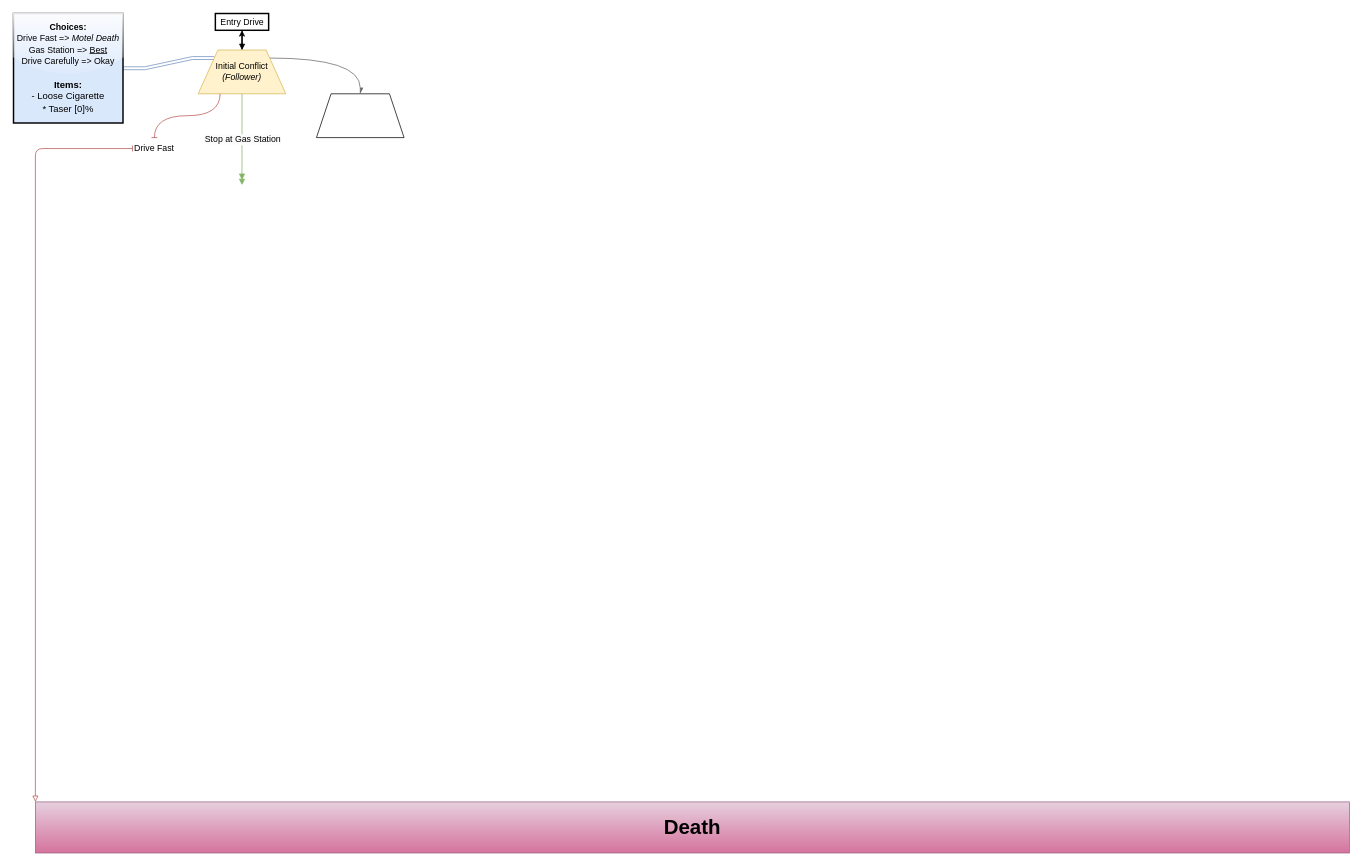
Above: Untitled Diagram.drawio in DrTemperance/ProjectTILLIE (draw.io), before the change. Source tidied: cells renumbered, new cells numbered last; positions are measured from the earlier drawing's top-left corner, leaving out a move shared by most shapes. Both pictures are drawn from the tidied source at 73%, with x=0, y=0 at pixel (13, 13).
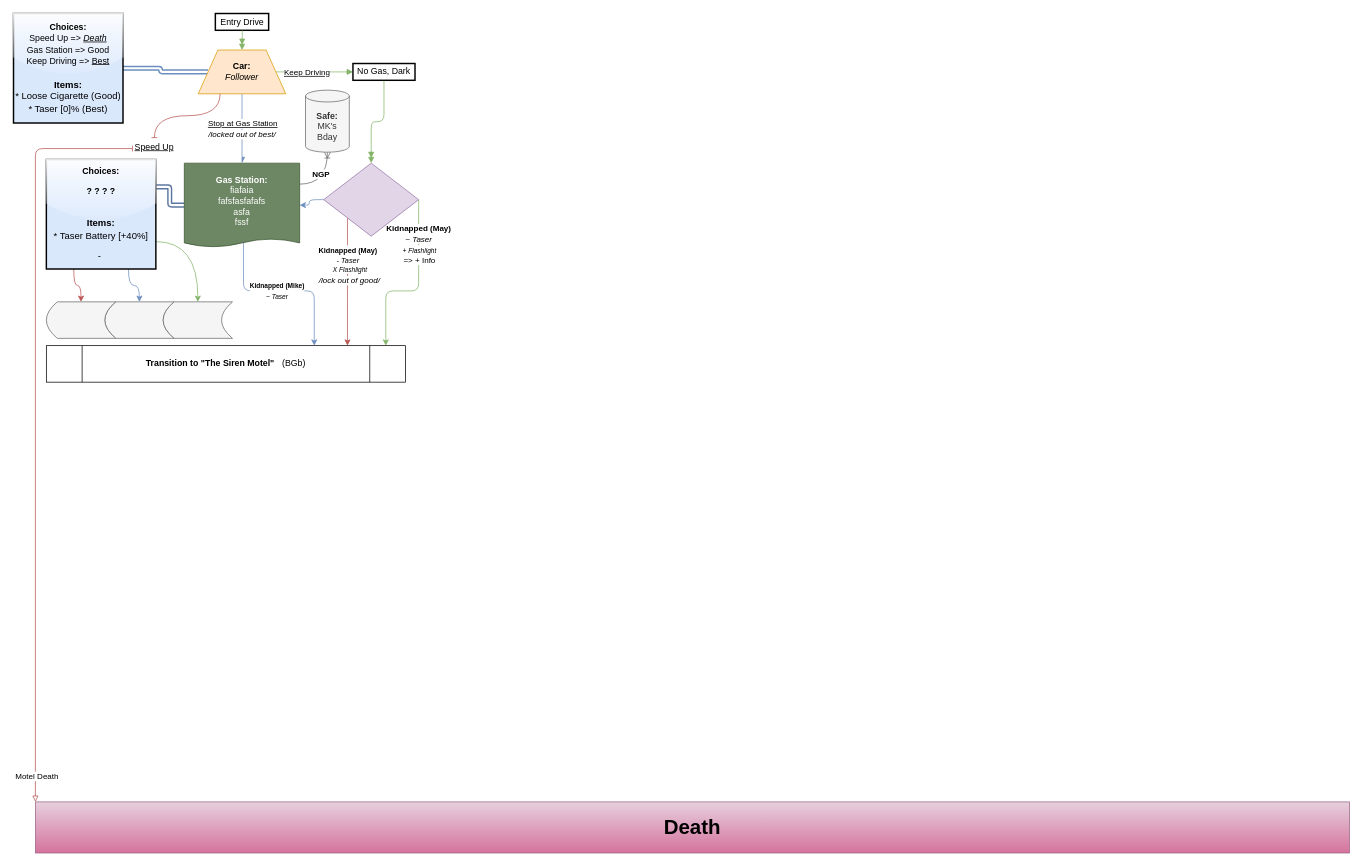
The same diagram, later.

Unchanged cells that the change refers to:
```xml
<mxCell id="2" value="Entry Drive" style="whiteSpace=wrap;strokeWidth=2;" parent="1" vertex="1">
  <mxGeometry x="276.5" width="73" height="23" as="geometry" />
</mxCell>
<mxCell id="9" value="&lt;b&gt;&lt;font style=&quot;font-size: 28px;&quot;&gt;Death&lt;/font&gt;&lt;/b&gt;" style="rounded=0;whiteSpace=wrap;html=1;align=center;fillColor=#e6d0de;gradientColor=#d5739d;strokeColor=#996185;" parent="1" vertex="1">
  <mxGeometry x="30" y="1080" width="1800" height="70" as="geometry" />
</mxCell>
```

Change to the diagram source:
```diff
@@
+    <mxCell id="13" style="endArrow=block;html=1;rounded=0;fillColor=#d5e8d4;gradientColor=#97d077;strokeColor=#82b366;endFill=1;targetPerimeterSpacing=0;edgeStyle=orthogonalEdgeStyle;" parent="1" edge="1" source="8" target="41">
+      <mxGeometry relative="1" as="geometry" />
+    </mxCell>
+    <mxCell id="16" value="&lt;u&gt;Keep Driving&lt;/u&gt;" style="edgeLabel;html=1;align=center;verticalAlign=middle;" parent="13" vertex="1">
+      <mxGeometry x="-0.36" relative="1" as="geometry">
+        <mxPoint x="8" as="offset" />
+      </mxGeometry>
+    </mxCell>
+    <mxCell id="17" style="edgeStyle=orthogonalEdgeStyle;rounded=1;jettySize=auto;html=1;fillColor=#d5e8d4;strokeColor=#82b366;" parent="1" edge="1" source="39" target="37">
+      <mxGeometry relative="1" as="geometry">
+        <Array as="points">
+          <mxPoint x="555" y="380" />
+          <mxPoint x="510" y="380" />
+        </Array>
+      </mxGeometry>
+    </mxCell>
+    <mxCell id="18" value="&lt;i style=&quot;font-size: 9px;&quot;&gt;+ Flashlight&lt;br style=&quot;font-size: 9px;&quot;&gt;&lt;/i&gt;=&amp;gt; + Info" style="edgeLabel;html=1;align=center;verticalAlign=middle;" parent="17" vertex="1">
+      <mxGeometry x="-0.73" y="1" relative="1" as="geometry">
+        <mxPoint x="-1" y="42" as="offset" />
+      </mxGeometry>
+    </mxCell>
+    <mxCell id="19" value="&lt;b&gt;Kidnapped (May)&lt;br&gt;&lt;/b&gt;&lt;i&gt;~ Taser&lt;/i&gt;" style="edgeLabel;html=1;align=center;verticalAlign=middle;" parent="17" vertex="1">
+      <mxGeometry x="-0.55" y="-1" relative="1" as="geometry">
+        <mxPoint y="-9" as="offset" />
+      </mxGeometry>
+    </mxCell>
+    <mxCell id="20" style="edgeStyle=orthogonalEdgeStyle;rounded=1;jettySize=auto;html=1;fillColor=#dae8fc;strokeColor=#6c8ebf;exitX=0.513;exitY=0.935;exitDx=0;exitDy=0;exitPerimeter=0;" parent="1" edge="1" source="32" target="37">
+      <mxGeometry relative="1" as="geometry">
+        <Array as="points">
+          <mxPoint x="315" y="380" />
+          <mxPoint x="412" y="380" />
+        </Array>
+      </mxGeometry>
+    </mxCell>
+    <mxCell id="21" value="&lt;font style=&quot;font-size: 9px;&quot;&gt;&lt;b&gt;Kidnapped (Mike)&lt;br style=&quot;font-size: 9px;&quot;&gt;&lt;/b&gt;&lt;i&gt;~ Taser&lt;/i&gt;&lt;/font&gt;" style="edgeLabel;html=1;align=center;verticalAlign=middle;" parent="20" vertex="1">
+      <mxGeometry x="-0.69" relative="1" as="geometry">
+        <mxPoint x="45" y="30" as="offset" />
+      </mxGeometry>
+    </mxCell>
+    <mxCell id="22" style="edgeStyle=orthogonalEdgeStyle;rounded=1;jettySize=auto;html=1;fillColor=#f8cecc;strokeColor=#b85450;exitX=0;exitY=1;exitDx=0;exitDy=0;" parent="1" edge="1" source="39" target="37">
+      <mxGeometry relative="1" as="geometry">
+        <Array as="points">
+          <mxPoint x="458" y="380" />
+          <mxPoint x="458" y="380" />
+        </Array>
+      </mxGeometry>
+    </mxCell>
+    <mxCell id="23" value="&lt;font style=&quot;font-size: 10px;&quot;&gt;&lt;b&gt;Kidnapped (May)&lt;br&gt;&lt;/b&gt;&lt;i&gt;- Taser&lt;/i&gt;&lt;/font&gt;" style="edgeLabel;html=1;align=center;verticalAlign=middle;" parent="22" vertex="1">
+      <mxGeometry x="-0.85" relative="1" as="geometry">
+        <mxPoint y="37" as="offset" />
+      </mxGeometry>
+    </mxCell>
+    <mxCell id="24" value="&lt;i&gt;&lt;font style=&quot;font-size: 9px;&quot;&gt;X Flashlight&lt;/font&gt;&lt;/i&gt;" style="edgeLabel;html=1;align=center;verticalAlign=middle;" parent="22" vertex="1">
+      <mxGeometry x="-0.78" y="-1" relative="1" as="geometry">
+        <mxPoint x="4" y="50" as="offset" />
+      </mxGeometry>
+    </mxCell>
+    <mxCell id="25" value="&lt;i&gt;/lock out of good/&lt;/i&gt;" style="edgeLabel;html=1;align=center;verticalAlign=middle;" parent="22" vertex="1">
+      <mxGeometry x="-0.69" relative="1" as="geometry">
+        <mxPoint x="2" y="58" as="offset" />
+      </mxGeometry>
+    </mxCell>
@@
-    <mxCell id="3" style="curved=1;startArrow=none;endArrow=block;exitX=0.506875;exitY=1.0101010871656013;entryX=0.5;entryY=0;entryDx=0;entryDy=0;" parent="1" edge="1" source="2" target="8">
+    <mxCell id="3" style="curved=1;startArrow=none;endArrow=doubleBlock;exitX=0.506875;exitY=1.0101010871656013;entryX=0.5;entryY=0;entryDx=0;entryDy=0;endFill=1;fillColor=#d5e8d4;strokeColor=#82b366;" parent="1" edge="1" source="2" target="8">
       <mxGeometry relative="1" as="geometry" />
     </mxCell>
-    <mxCell id="4" style="jettySize=auto;html=1;entryX=0;entryY=0;entryDx=0;entryDy=0;exitX=0;exitY=0.5;exitDx=0;exitDy=0;shadow=0;fillColor=#f8cecc;strokeColor=#b85450;startArrow=baseDash;startFill=0;strokeWidth=1;targetPerimeterSpacing=0;endArrow=block;endFill=0;edgeStyle=orthogonalEdgeStyle;" parent="1" edge="1" source="11" target="9">
+    <mxCell id="4" style="jettySize=auto;html=1;entryX=0;entryY=0;entryDx=0;entryDy=0;shadow=0;fillColor=#f8cecc;strokeColor=#b85450;startArrow=baseDash;startFill=0;strokeWidth=1;targetPerimeterSpacing=0;endArrow=block;endFill=0;edgeStyle=orthogonalEdgeStyle;" parent="1" edge="1" source="11" target="9">
       <mxGeometry relative="1" as="geometry">
         <Array as="points">
           <mxPoint x="30" y="185" />
         </Array>
       </mxGeometry>
     </mxCell>
+    <mxCell id="26" value="Motel Death" style="edgeLabel;html=1;align=center;verticalAlign=middle;" parent="4" vertex="1">
+      <mxGeometry x="0.93" y="1" relative="1" as="geometry" />
+    </mxCell>
-    <mxCell id="5" style="edgeStyle=entityRelationEdgeStyle;rounded=1;jettySize=auto;html=1;exitX=0;exitY=0;exitDx=0;exitDy=0;entryX=1;entryY=0.5;entryDx=0;entryDy=0;shape=link;strokeWidth=1;shadow=0;startSize=6;endSize=6;fillColor=#dae8fc;strokeColor=#6c8ebf;" parent="1" edge="1" source="8" target="12">
+    <mxCell id="5" style="rounded=1;jettySize=auto;html=1;shape=link;strokeWidth=2;shadow=0;fillColor=#dae8fc;strokeColor=#6c8ebf;edgeStyle=orthogonalEdgeStyle;elbow=vertical;" parent="1" edge="1" source="8" target="12">
       <mxGeometry relative="1" as="geometry" />
     </mxCell>
-    <mxCell id="6" style="edgeStyle=orthogonalEdgeStyle;rounded=0;jettySize=auto;html=1;exitX=1;exitY=0;exitDx=0;exitDy=0;curved=1;endArrow=async;endFill=1;fillColor=#f5f5f5;gradientColor=#b3b3b3;strokeColor=#666666;entryX=0.5;entryY=0;entryDx=0;entryDy=0;" parent="1" edge="1" source="8" target="15">
-      <mxGeometry relative="1" as="geometry">
-        <Array as="points">
-          <mxPoint x="475" y="61" />
-        </Array>
-      </mxGeometry>
-    </mxCell>
-    <mxCell id="7" style="edgeStyle=orthogonalEdgeStyle;rounded=0;jettySize=auto;html=1;" parent="1" edge="1" source="8" target="2">
-      <mxGeometry relative="1" as="geometry" />
-    </mxCell>
+    <mxCell id="27" style="edgeStyle=orthogonalEdgeStyle;rounded=1;jettySize=auto;html=1;endArrow=async;endFill=1;fillColor=#dae8fc;strokeColor=#6c8ebf;" parent="1" edge="1" source="8" target="32">
+      <mxGeometry relative="1" as="geometry" />
+    </mxCell>
+    <mxCell id="14" value="&lt;u&gt;Stop at Gas Station&lt;/u&gt;" style="edgeLabel;html=1;align=center;verticalAlign=middle;" parent="27" vertex="1">
+      <mxGeometry x="0.09" relative="1" as="geometry">
+        <mxPoint y="-12" as="offset" />
+      </mxGeometry>
+    </mxCell>
+    <mxCell id="28" value="&lt;i&gt;/locked out of best/&lt;/i&gt;" style="edgeLabel;html=1;align=center;verticalAlign=middle;" parent="27" vertex="1">
+      <mxGeometry x="0.33" y="-1" relative="1" as="geometry">
+        <mxPoint y="-8" as="offset" />
+      </mxGeometry>
+    </mxCell>
-    <mxCell id="8" value="Initial Conflict&lt;br&gt;&lt;i&gt;(Follower)&lt;/i&gt;" style="shape=trapezoid;perimeter=trapezoidPerimeter;whiteSpace=wrap;html=1;fixedSize=1;fillColor=#fff2cc;strokeColor=#d6b656;size=27;" parent="1" vertex="1">
+    <mxCell id="8" value="&lt;b&gt;Car:&lt;br&gt;&lt;/b&gt;&lt;i&gt;Follower&lt;/i&gt;" style="shape=trapezoid;perimeter=trapezoidPerimeter;whiteSpace=wrap;html=1;fixedSize=1;fillColor=#ffe6cc;strokeColor=#d79b00;size=27;" parent="1" vertex="1">
       <mxGeometry x="253" y="50" width="120" height="60" as="geometry" />
     </mxCell>
@@
-    <mxCell id="10" style="edgeStyle=orthogonalEdgeStyle;rounded=0;jettySize=auto;html=1;entryX=0.5;entryY=0;entryDx=0;entryDy=0;exitX=0.25;exitY=1;exitDx=0;exitDy=0;curved=1;shadow=0;fillColor=#f8cecc;strokeColor=#b85450;endArrow=baseDash;endFill=0;" parent="1" edge="1" source="8" target="11">
+    <mxCell id="10" style="edgeStyle=orthogonalEdgeStyle;rounded=0;jettySize=auto;html=1;exitX=0.25;exitY=1;exitDx=0;exitDy=0;curved=1;shadow=0;fillColor=#f8cecc;strokeColor=#b85450;endArrow=baseDash;endFill=0;" parent="1" edge="1" source="8" target="11">
       <mxGeometry relative="1" as="geometry">
         <Array as="points">
           <mxPoint x="283" y="140" />
           <mxPoint x="193" y="140" />
         </Array>
       </mxGeometry>
     </mxCell>
-    <mxCell id="11" value="Drive Fast" style="text;html=1;strokeColor=none;fillColor=none;align=center;verticalAlign=middle;whiteSpace=wrap;rounded=0;" parent="1" vertex="1">
-      <mxGeometry x="163" y="170" width="60" height="30" as="geometry" />
+    <mxCell id="11" value="&lt;font style=&quot;font-size: 12px;&quot;&gt;&lt;u&gt;Speed Up&lt;/u&gt;&lt;/font&gt;" style="text;html=1;strokeColor=none;fillColor=none;align=center;verticalAlign=middle;whiteSpace=wrap;rounded=0;" parent="1" vertex="1">
+      <mxGeometry x="163" y="170" width="60" height="25" as="geometry" />
     </mxCell>
-    <mxCell id="12" value="&lt;p style=&quot;line-height: 130%;&quot;&gt;&lt;b&gt;Choices:&lt;br&gt;&lt;/b&gt;Drive Fast =&amp;gt; &lt;i&gt;Motel Death&lt;/i&gt;&lt;br&gt;Gas Station =&amp;gt; &lt;u&gt;Best&lt;br&gt;&lt;/u&gt;Drive Carefully =&amp;gt; Okay&lt;br&gt;&lt;br&gt;&lt;font style=&quot;font-size: 13px;&quot;&gt;&lt;b&gt;Items:&lt;/b&gt;&lt;br&gt;&lt;span style=&quot;background-color: initial;&quot;&gt;- Loose Cigarette&lt;/span&gt;&lt;br&gt;&lt;span style=&quot;background-color: initial;&quot;&gt;* Taser [0]%&lt;/span&gt;&lt;br&gt;&lt;/font&gt;&lt;/p&gt;" style="whiteSpace=wrap;html=1;fillColor=#dae8fc;strokeColor=default;strokeWidth=2;gradientColor=none;rounded=0;glass=1;shadow=0;" parent="1" vertex="1">
+    <mxCell id="12" value="&lt;p style=&quot;line-height: 130%;&quot;&gt;&lt;b&gt;Choices:&lt;br&gt;&lt;/b&gt;Speed Up =&amp;gt; &lt;i&gt;&lt;u&gt;Death&lt;/u&gt;&lt;/i&gt;&lt;br&gt;Gas Station =&amp;gt; Good&lt;u&gt;&lt;br&gt;&lt;/u&gt;Keep Driving =&amp;gt;&amp;nbsp;&lt;u style=&quot;border-color: var(--border-color);&quot;&gt;Best&lt;/u&gt;&lt;br&gt;&lt;br&gt;&lt;font style=&quot;font-size: 13px;&quot;&gt;&lt;b&gt;Items:&lt;/b&gt;&lt;br&gt;&lt;span style=&quot;background-color: initial;&quot;&gt;* Loose Cigarette (Good)&lt;/span&gt;&lt;br&gt;&lt;span style=&quot;background-color: initial;&quot;&gt;* Taser [0]% (Best)&lt;/span&gt;&lt;br&gt;&lt;/font&gt;&lt;/p&gt;" style="whiteSpace=wrap;html=1;fillColor=#dae8fc;strokeColor=default;strokeWidth=2;gradientColor=none;rounded=0;glass=1;shadow=0;" parent="1" vertex="1">
       <mxGeometry width="150" height="150" as="geometry" />
     </mxCell>
-    <mxCell id="13" style="endArrow=doubleBlock;html=1;rounded=0;exitX=0.5;exitY=1;exitDx=0;exitDy=0;fillColor=#d5e8d4;gradientColor=#97d077;strokeColor=#82b366;endFill=1;targetPerimeterSpacing=0;edgeStyle=orthogonalEdgeStyle;curved=1;" parent="1" edge="1" source="8">
-      <mxGeometry relative="1" as="geometry">
-        <mxPoint x="313" y="235" as="targetPoint" />
-      </mxGeometry>
-    </mxCell>
-    <mxCell id="14" value="&lt;span style=&quot;color: rgb(0, 0, 0); font-family: Helvetica; font-size: 12px; font-style: normal; font-variant-ligatures: normal; font-variant-caps: normal; font-weight: 400; letter-spacing: normal; orphans: 2; text-align: center; text-indent: 0px; text-transform: none; widows: 2; word-spacing: 0px; -webkit-text-stroke-width: 0px; background-color: rgb(251, 251, 251); text-decoration-thickness: initial; text-decoration-style: initial; text-decoration-color: initial; float: none; display: inline !important;&quot;&gt;Stop at Gas Station&lt;/span&gt;" style="edgeLabel;html=1;align=center;verticalAlign=middle;" parent="13" vertex="1">
-      <mxGeometry relative="1" as="geometry" />
-    </mxCell>
-    <mxCell id="15" style="shape=trapezoid;perimeter=trapezoidPerimeter;whiteSpace=wrap;html=1;fixedSize=1;" parent="1" vertex="1">
-      <mxGeometry x="415" y="110" width="120" height="60" as="geometry" />
-    </mxCell>
+    <mxCell id="29" style="edgeStyle=orthogonalEdgeStyle;rounded=1;jettySize=auto;html=1;entryX=1;entryY=0.25;entryDx=0;entryDy=0;shape=link;exitX=0;exitY=0.5;exitDx=0;exitDy=0;strokeColor=#5e77a0;strokeWidth=2;" parent="1" edge="1" source="32" target="36">
+      <mxGeometry relative="1" as="geometry" />
+    </mxCell>
+    <mxCell id="30" style="edgeStyle=orthogonalEdgeStyle;jettySize=auto;html=1;exitX=1;exitY=0.25;exitDx=0;exitDy=0;endArrow=ERoneToMany;endFill=0;strokeWidth=1;curved=1;fillColor=#f5f5f5;strokeColor=#666666;" parent="1" edge="1" source="32" target="45">
+      <mxGeometry relative="1" as="geometry" />
+    </mxCell>
+    <mxCell id="31" value="&lt;b&gt;NGP&lt;/b&gt;" style="edgeLabel;html=1;align=center;verticalAlign=middle;" parent="30" vertex="1">
+      <mxGeometry x="0.26" y="-1" relative="1" as="geometry">
+        <mxPoint x="-11" as="offset" />
+      </mxGeometry>
+    </mxCell>
+    <mxCell id="32" value="&lt;b&gt;Gas Station:&lt;/b&gt;&lt;br&gt;fiafaia&lt;br&gt;fafsfasfafafs&lt;br&gt;asfa&lt;br&gt;fssf" style="shape=document;whiteSpace=wrap;html=1;boundedLbl=1;size=0.1;fillColor=#6d8764;fontColor=#ffffff;strokeColor=#3A5431;gradientColor=none;" parent="1" vertex="1">
+      <mxGeometry x="234" y="205" width="158" height="115" as="geometry" />
+    </mxCell>
+    <mxCell id="33" style="edgeStyle=orthogonalEdgeStyle;rounded=0;jettySize=auto;html=1;fillColor=#f8cecc;strokeColor=#b85450;exitX=0.25;exitY=1;exitDx=0;exitDy=0;curved=1;" parent="1" edge="1" source="36" target="44">
+      <mxGeometry relative="1" as="geometry" />
+    </mxCell>
+    <mxCell id="34" style="edgeStyle=orthogonalEdgeStyle;rounded=0;jettySize=auto;html=1;fillColor=#dae8fc;strokeColor=#6c8ebf;exitX=0.75;exitY=1;exitDx=0;exitDy=0;curved=1;" parent="1" edge="1" source="36" target="42">
+      <mxGeometry relative="1" as="geometry" />
+    </mxCell>
+    <mxCell id="35" style="edgeStyle=orthogonalEdgeStyle;rounded=0;jettySize=auto;html=1;fillColor=#d5e8d4;strokeColor=#82b366;exitX=1;exitY=0.75;exitDx=0;exitDy=0;curved=1;" parent="1" edge="1" source="36" target="43">
+      <mxGeometry relative="1" as="geometry" />
+    </mxCell>
+    <mxCell id="36" value="&lt;p style=&quot;line-height: 130%;&quot;&gt;&lt;b&gt;Choices:&lt;/b&gt;&lt;/p&gt;&lt;p style=&quot;line-height: 130%;&quot;&gt;&lt;b&gt;? ? ? ?&lt;/b&gt;&lt;/p&gt;&lt;p style=&quot;line-height: 130%;&quot;&gt;&lt;br&gt;&lt;font style=&quot;font-size: 13px;&quot;&gt;&lt;b&gt;Items:&lt;/b&gt;&lt;br&gt;* Taser Battery [+40%]&lt;/font&gt;&lt;/p&gt;&lt;p style=&quot;line-height: 130%;&quot;&gt;&lt;font style=&quot;font-size: 13px;&quot;&gt;-&amp;nbsp;&lt;/font&gt;&lt;/p&gt;" style="whiteSpace=wrap;html=1;fillColor=#dae8fc;strokeColor=default;strokeWidth=2;gradientColor=none;rounded=0;glass=1;shadow=0;" parent="1" vertex="1">
+      <mxGeometry x="45" y="200" width="150" height="150" as="geometry" />
+    </mxCell>
+    <mxCell id="37" value="&lt;b&gt;Transition to &quot;The Siren Motel&quot;&lt;/b&gt;&lt;span style=&quot;white-space: pre;&quot;&gt;&#9;&lt;/span&gt;(BGb)" style="shape=process;whiteSpace=wrap;html=1;backgroundOutline=1;" parent="1" vertex="1">
+      <mxGeometry x="45" y="455" width="492" height="50" as="geometry" />
+    </mxCell>
+    <mxCell id="38" style="edgeStyle=orthogonalEdgeStyle;jettySize=auto;html=1;rounded=1;strokeColor=#6c8ebf;elbow=vertical;fillColor=#dae8fc;" parent="1" edge="1" source="39" target="32">
+      <mxGeometry relative="1" as="geometry" />
+    </mxCell>
+    <mxCell id="39" style="rhombus;whiteSpace=wrap;html=1;fillColor=#e1d5e7;strokeColor=#9673a6;" parent="1" vertex="1">
+      <mxGeometry x="425" y="205" width="130" height="100" as="geometry" />
+    </mxCell>
+    <mxCell id="40" style="endArrow=doubleBlock;html=1;rounded=1;fillColor=#d5e8d4;gradientColor=#97d077;strokeColor=#82b366;endFill=1;targetPerimeterSpacing=0;exitX=0.5;exitY=1;exitDx=0;exitDy=0;edgeStyle=orthogonalEdgeStyle;" parent="1" edge="1" source="41" target="39">
+      <mxGeometry relative="1" as="geometry" />
+    </mxCell>
+    <mxCell id="41" value="No Gas, Dark" style="whiteSpace=wrap;strokeWidth=2;" parent="1" vertex="1">
+      <mxGeometry x="465" y="68.5" width="85" height="23" as="geometry" />
+    </mxCell>
+    <mxCell id="42" style="shape=dataStorage;whiteSpace=wrap;html=1;fixedSize=1;size=15;fillColor=#f5f5f5;fontColor=#333333;strokeColor=#666666;" parent="1" vertex="1">
+      <mxGeometry x="125" y="395" width="95" height="50" as="geometry" />
+    </mxCell>
+    <mxCell id="43" style="shape=dataStorage;whiteSpace=wrap;html=1;fixedSize=1;size=15;fillColor=#f5f5f5;fontColor=#333333;strokeColor=#666666;" parent="1" vertex="1">
+      <mxGeometry x="205" y="395" width="95" height="50" as="geometry" />
+    </mxCell>
+    <mxCell id="44" style="shape=dataStorage;whiteSpace=wrap;html=1;fixedSize=1;size=15;fillColor=#f5f5f5;fontColor=#333333;strokeColor=#666666;" parent="1" vertex="1">
+      <mxGeometry x="45" y="395" width="95" height="50" as="geometry" />
+    </mxCell>
+    <mxCell id="45" value="&lt;b&gt;Safe:&lt;br&gt;&lt;/b&gt;MK's&lt;br&gt;Bday" style="shape=cylinder3;whiteSpace=wrap;html=1;boundedLbl=1;backgroundOutline=1;size=8.094686599004945;fillColor=#f5f5f5;fontColor=#333333;strokeColor=#666666;" parent="1" vertex="1">
+      <mxGeometry x="400" y="105" width="60" height="85" as="geometry" />
+    </mxCell>
```
